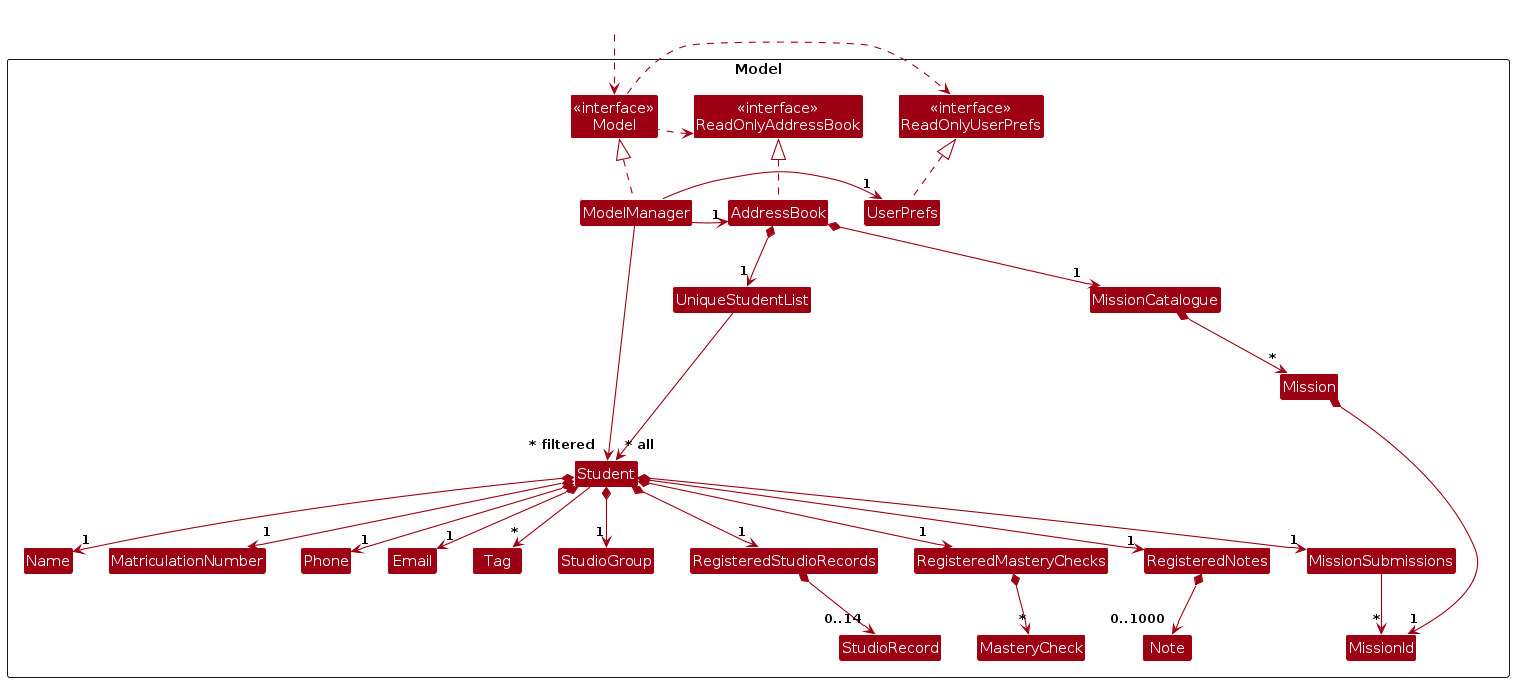
Before: diagrams/ModelClassDiagram.png, a diagram exported from PlantUML (AY2627S1-CS2103T-F14a-1/tp). Its source is kept beside it as diagrams/ModelClassDiagram.puml.
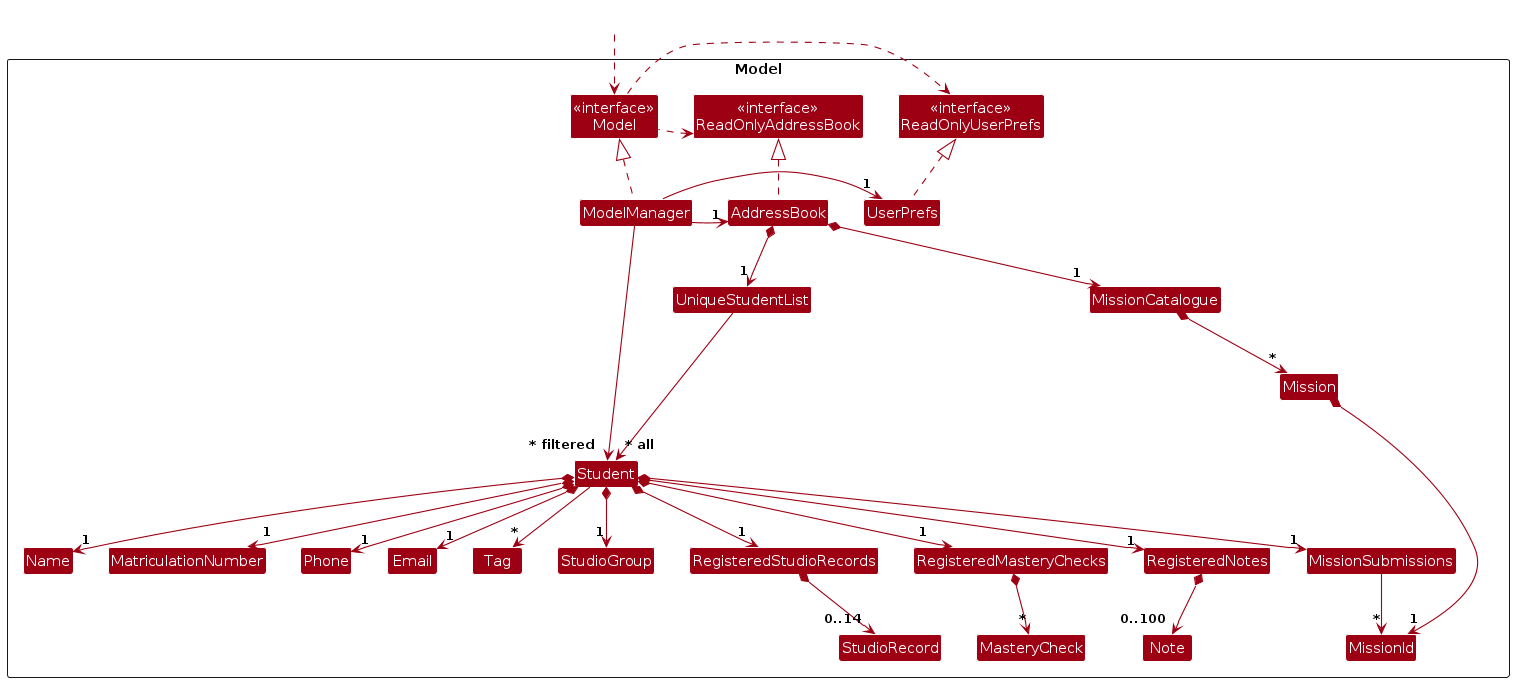
Above is the later version.

Diff of the diagram source:
```diff
@@ -67,7 +67,7 @@
 RegisteredMasteryChecks *-down-> "*" MasteryCheck
 MissionSubmissions -down-> "*" MissionId
 RegisteredStudioRecords *--> "0..14" StudioRecord
-RegisteredNotes *-down-> "0..1000" Note
+RegisteredNotes *-down-> "0..100" Note
 
 ReadOnlyAddressBook -[hidden]right-> Model
 Model -[hidden]right-> ReadOnlyUserPrefs
```
